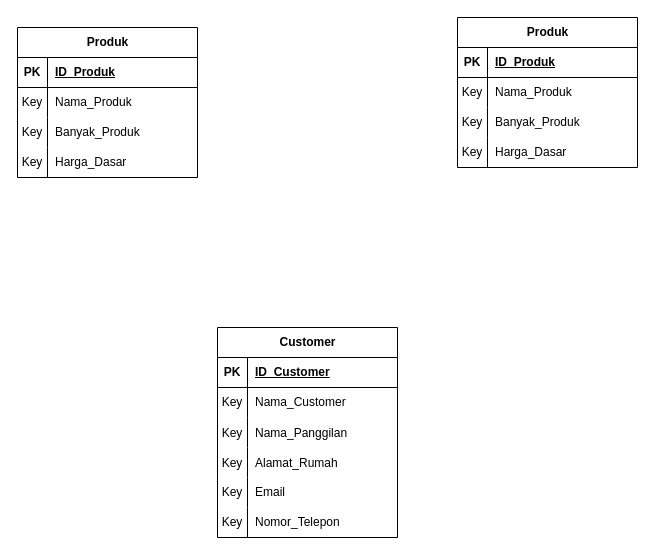
The draw.io diagram sistem-kitchen-set-interior.drawio in King-Ag-Jv/Project-Atrem, before the edit. Source tidied: cells renumbered, new cells numbered last; positions are measured from the earlier drawing's top-left corner, leaving out a move shared by most shapes. Both pictures are drawn from the tidied source at 100%, with x=0, y=0 at pixel (17, 17).
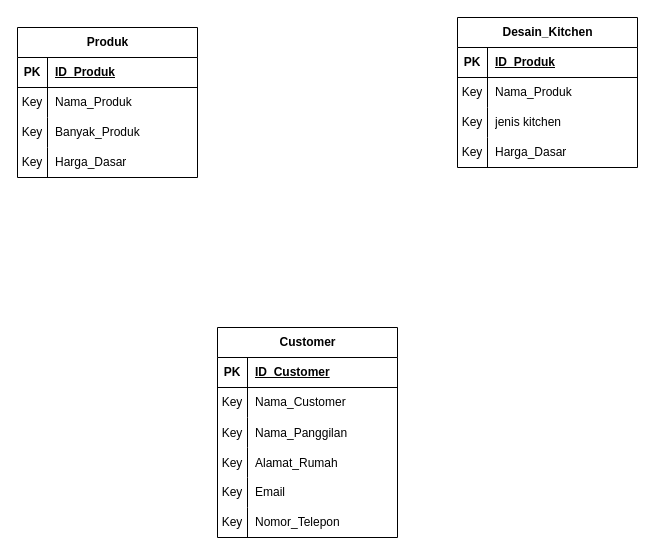
The same page after the edit.

The change refers to these unchanged cells:
```xml
<mxCell id="41" style="shape=tableRow;horizontal=0;startSize=0;swimlaneHead=0;swimlaneBody=0;fillColor=none;top=0;left=0;right=0;bottom=0;" parent="34" vertex="1">
  <mxGeometry y="90" width="180" height="30" as="geometry" />
</mxCell>
```

Change to the diagram source:
```diff
@@
-    <mxCell id="34" value="Produk" style="shape=table;startSize=30;childLayout=tableLayout;rowLines=0;fontStyle=1;align=center;html=1;" parent="1" vertex="1">
+    <mxCell id="34" value="Desain_Kitchen" style="shape=table;startSize=30;childLayout=tableLayout;rowLines=0;fontStyle=1;align=center;html=1;" parent="1" vertex="1">
       <mxGeometry x="440" width="180" height="150" as="geometry" />
     </mxCell>
@@
-    <mxCell id="43" value="Banyak_Produk" style="shape=partialRectangle;fillColor=none;top=0;left=0;bottom=0;right=0;align=left;spacingLeft=6;overflow=hidden;whiteSpace=wrap;html=1;" parent="41" vertex="1">
+    <mxCell id="43" value="jenis kitchen" style="shape=partialRectangle;fillColor=none;top=0;left=0;bottom=0;right=0;align=left;spacingLeft=6;overflow=hidden;whiteSpace=wrap;html=1;" parent="41" vertex="1">
       <mxGeometry x="30" width="150" height="30" as="geometry" />
     </mxCell>
```
